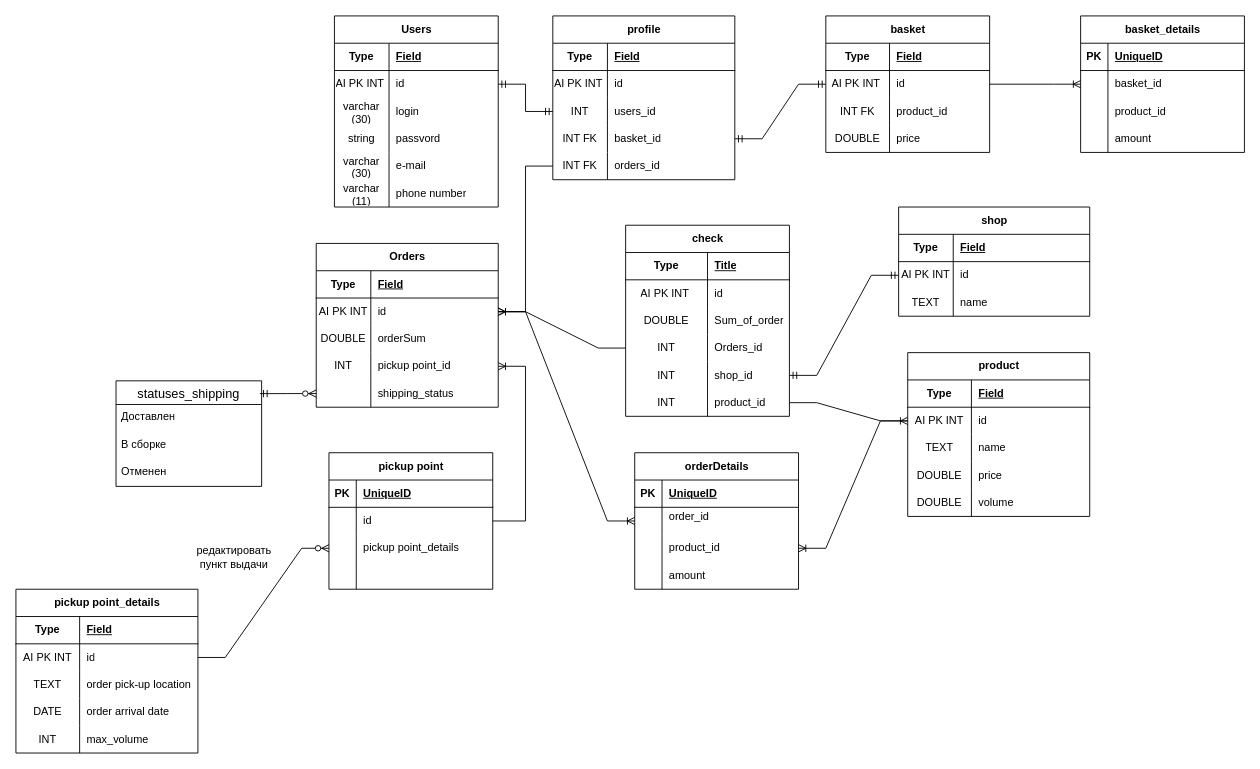
Above: Диаграмма без названия.drawio in MelnikovMatveu/db_practice (draw.io), before the change. Source tidied: cells renumbered, new cells numbered last; positions are measured from the earlier drawing's top-left corner, leaving out a move shared by most shapes. Both pictures are drawn from the tidied source at 91%, with x=0, y=0 at pixel (15, 15).
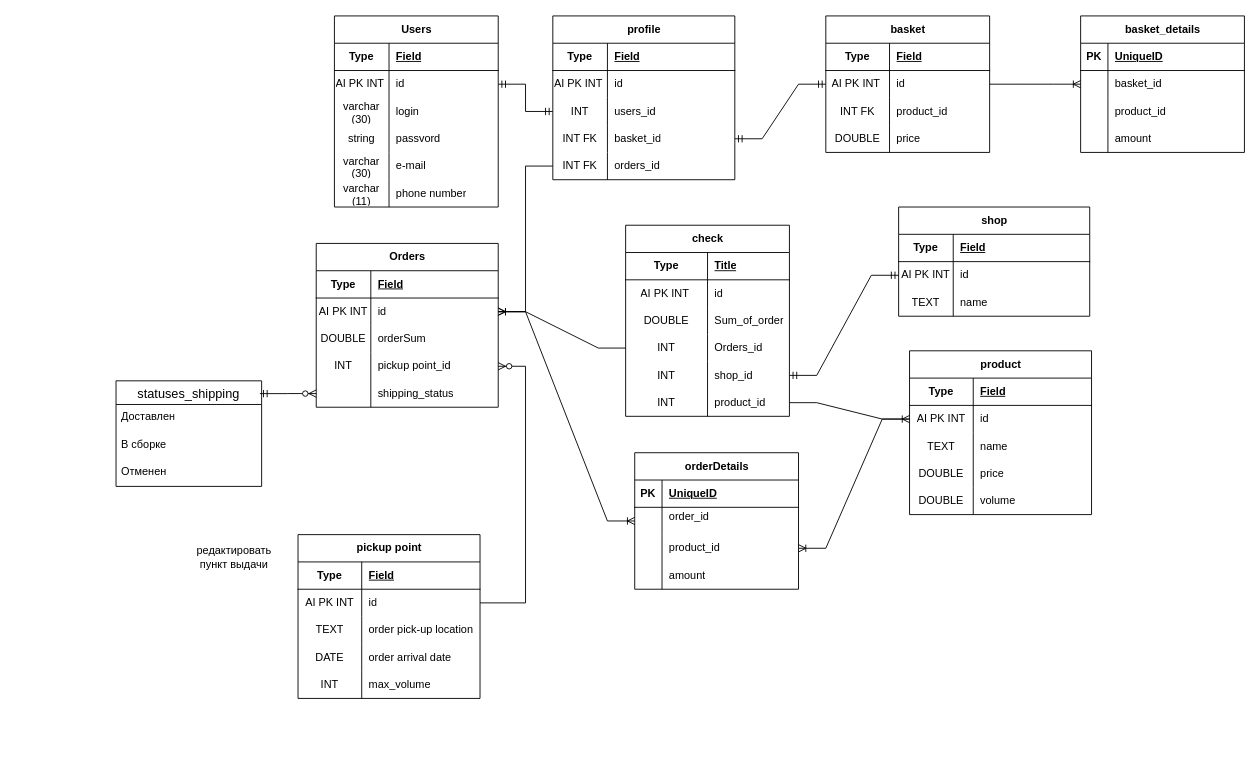
The same diagram, later.

The change refers to these unchanged cells:
```xml
<mxCell id="63" style="shape=tableRow;horizontal=0;startSize=0;swimlaneHead=0;swimlaneBody=0;fillColor=none;points=[[0,0.5],[1,0.5]];portConstraint=eastwest;top=0;left=0;right=0;bottom=0;" parent="53" vertex="1">
  <mxGeometry y="120" width="200" height="30" as="geometry" />
</mxCell>
<mxCell id="104" style="shape=tableRow;horizontal=0;startSize=0;swimlaneHead=0;swimlaneBody=0;fillColor=none;points=[[0,0.5],[1,0.5]];portConstraint=eastwest;top=0;left=0;right=0;bottom=0;" parent="100" vertex="1">
  <mxGeometry y="60" width="200" height="30" as="geometry" />
</mxCell>
```

Diff of the diagram source:
```diff
@@
-    <mxCell id="100" value="pickup point_details" style="shape=table;startSize=30;childLayout=tableLayout;rowLines=0;fontStyle=1;align=center;html=1;" parent="1" vertex="1">
-      <mxGeometry y="630" width="200" height="180" as="geometry" />
+    <mxCell id="100" value="pickup point" style="shape=table;startSize=30;childLayout=tableLayout;rowLines=0;fontStyle=1;align=center;html=1;" parent="1" vertex="1">
+      <mxGeometry x="310" y="570" width="200" height="180" as="geometry" />
     </mxCell>
@@
-    <mxCell id="116" style="edgeStyle=entityRelationEdgeStyle;fontSize=12;html=1;endArrow=ERoneToMany;rounded=0;exitX=1;exitY=0.5;exitDx=0;exitDy=0;" parent="1" edge="1" source="172" target="63">
-      <mxGeometry relative="1" as="geometry" />
-    </mxCell>
     <mxCell id="117" value="product" style="shape=table;startSize=30;childLayout=tableLayout;rowLines=0;fontStyle=1;align=center;html=1;" parent="1" vertex="1">
-      <mxGeometry x="980" y="370" width="200" height="180" as="geometry" />
+      <mxGeometry x="982" y="368" width="200" height="180" as="geometry" />
     </mxCell>
@@
-    <mxCell id="168" value="pickup point" style="shape=table;startSize=30;childLayout=tableLayout;rowLines=0;fontStyle=1;align=center;html=1;" parent="1" vertex="1">
-      <mxGeometry x="344" y="480" width="180" height="150" as="geometry" />
-    </mxCell>
-    <mxCell id="169" style="shape=tableRow;horizontal=0;startSize=0;swimlaneHead=0;swimlaneBody=0;fillColor=none;top=0;left=0;right=0;bottom=1;" parent="168" vertex="1">
-      <mxGeometry y="30" width="180" height="30" as="geometry" />
-    </mxCell>
-    <mxCell id="170" value="PK" style="shape=partialRectangle;fillColor=none;top=0;left=0;bottom=0;right=0;fontStyle=1;overflow=hidden;whiteSpace=wrap;html=1;" parent="169" vertex="1">
-      <mxGeometry width="30" height="30" as="geometry" />
-    </mxCell>
-    <mxCell id="171" value="UniqueID" style="shape=partialRectangle;fillColor=none;top=0;left=0;bottom=0;right=0;align=left;spacingLeft=6;fontStyle=5;overflow=hidden;whiteSpace=wrap;html=1;" parent="169" vertex="1">
-      <mxGeometry x="30" width="150" height="30" as="geometry" />
-    </mxCell>
-    <mxCell id="172" style="shape=tableRow;horizontal=0;startSize=0;swimlaneHead=0;swimlaneBody=0;fillColor=none;points=[[0,0.5],[1,0.5]];portConstraint=eastwest;top=0;left=0;right=0;bottom=0;" parent="168" vertex="1">
-      <mxGeometry y="60" width="180" height="30" as="geometry" />
-    </mxCell>
-    <mxCell id="173" style="shape=partialRectangle;fillColor=none;top=0;left=0;bottom=0;right=0;overflow=hidden;whiteSpace=wrap;html=1;" parent="172" vertex="1">
-      <mxGeometry width="30" height="30" as="geometry" />
-    </mxCell>
-    <mxCell id="174" value="id" style="shape=partialRectangle;fillColor=none;top=0;left=0;bottom=0;right=0;align=left;spacingLeft=6;overflow=hidden;whiteSpace=wrap;html=1;" parent="172" vertex="1">
-      <mxGeometry x="30" width="150" height="30" as="geometry" />
-    </mxCell>
-    <mxCell id="175" style="shape=tableRow;horizontal=0;startSize=0;swimlaneHead=0;swimlaneBody=0;fillColor=none;points=[[0,0.5],[1,0.5]];portConstraint=eastwest;top=0;left=0;right=0;bottom=0;" parent="168" vertex="1">
-      <mxGeometry y="90" width="180" height="30" as="geometry" />
-    </mxCell>
-    <mxCell id="176" style="shape=partialRectangle;fillColor=none;top=0;left=0;bottom=0;right=0;overflow=hidden;whiteSpace=wrap;html=1;" parent="175" vertex="1">
-      <mxGeometry width="30" height="30" as="geometry" />
-    </mxCell>
-    <mxCell id="177" value="pickup point_details" style="shape=partialRectangle;fillColor=none;top=0;left=0;bottom=0;right=0;align=left;spacingLeft=6;overflow=hidden;whiteSpace=wrap;html=1;" parent="175" vertex="1">
-      <mxGeometry x="30" width="150" height="30" as="geometry" />
-    </mxCell>
-    <mxCell id="178" style="shape=tableRow;horizontal=0;startSize=0;swimlaneHead=0;swimlaneBody=0;fillColor=none;top=0;left=0;right=0;bottom=0;" parent="168" vertex="1">
-      <mxGeometry y="120" width="180" height="30" as="geometry" />
-    </mxCell>
-    <mxCell id="179" style="shape=partialRectangle;fillColor=none;top=0;left=0;bottom=0;right=0;overflow=hidden;whiteSpace=wrap;html=1;" parent="178" vertex="1">
-      <mxGeometry width="30" height="30" as="geometry" />
-    </mxCell>
-    <mxCell id="180" style="shape=partialRectangle;fillColor=none;top=0;left=0;bottom=0;right=0;align=left;spacingLeft=6;overflow=hidden;whiteSpace=wrap;html=1;" parent="178" vertex="1">
-      <mxGeometry x="30" width="150" height="30" as="geometry" />
-    </mxCell>
-    <mxCell id="181" style="edgeStyle=entityRelationEdgeStyle;fontSize=12;html=1;endArrow=ERzeroToMany;endFill=1;rounded=0;" parent="1" edge="1" source="104" target="175">
+    <mxCell id="181" style="edgeStyle=entityRelationEdgeStyle;fontSize=12;html=1;endArrow=ERzeroToMany;endFill=1;rounded=0;" parent="1" edge="1" source="104" target="63">
       <mxGeometry relative="1" as="geometry" />
     </mxCell>
```
